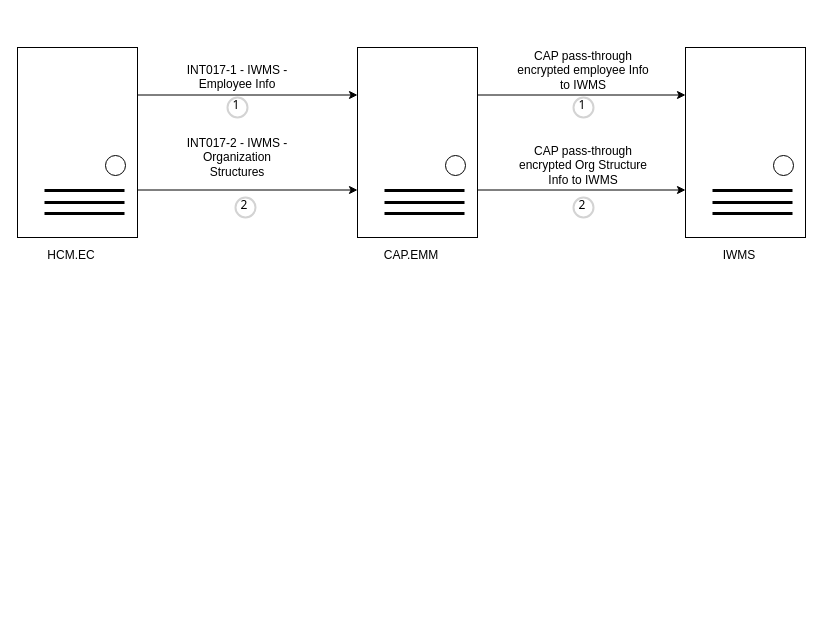
wsxad234/flowchart keeps this draw.io diagram as page "IWMS" (7 of 19) of Untitled Diagram.drawio. Above is the earlier version. Source tidied: cells renumbered, new cells numbered last; positions are measured from the earlier drawing's top-left corner, leaving out a move shared by most shapes. Both pictures are drawn from the tidied source at 100%, with x=0, y=0 at pixel (17, 17).
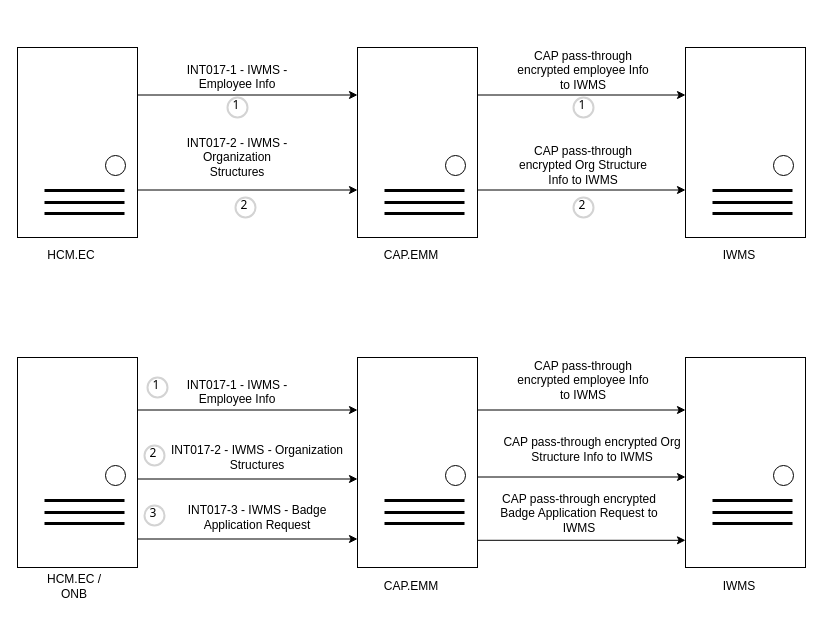
After the change.

Diff of the diagram source:
```diff
@@
+    <mxCell id="32" style="edgeStyle=orthogonalEdgeStyle;rounded=0;orthogonalLoop=1;jettySize=auto;html=1;exitX=1;exitY=0.75;exitDx=0;exitDy=0;entryX=0;entryY=0.75;entryDx=0;entryDy=0;" parent="1" edge="1">
+      <mxGeometry relative="1" as="geometry">
+        <mxPoint x="120" y="461.5" as="sourcePoint" />
+        <mxPoint x="340" y="461.5" as="targetPoint" />
+      </mxGeometry>
+    </mxCell>
+    <mxCell id="33" style="edgeStyle=orthogonalEdgeStyle;rounded=0;jettySize=auto;html=1;exitX=1;exitY=0.25;exitDx=0;exitDy=0;entryX=0;entryY=0.25;entryDx=0;entryDy=0;" parent="1" edge="1" source="34" target="50">
+      <mxGeometry relative="1" as="geometry" />
+    </mxCell>
+    <mxCell id="34" style="rounded=0;whiteSpace=wrap;html=1;" parent="1" vertex="1">
+      <mxGeometry y="340" width="120" height="210" as="geometry" />
+    </mxCell>
+    <mxCell id="35" style="ellipse;whiteSpace=wrap;html=1;direction=south;" parent="1" vertex="1">
+      <mxGeometry x="88" y="448" width="20" height="20" as="geometry" />
+    </mxCell>
+    <mxCell id="36" value="HCM.EC / ONB" style="text;html=1;strokeColor=none;fillColor=none;align=center;verticalAlign=middle;whiteSpace=wrap;rounded=0;" parent="1" vertex="1">
+      <mxGeometry x="24" y="554" width="66" height="30" as="geometry" />
+    </mxCell>
+    <mxCell id="37" style="endArrow=none;html=1;rounded=0;align=center;strokeWidth=3;" parent="1" edge="1">
+      <mxGeometry relative="1" as="geometry">
+        <mxPoint x="27" y="483" as="sourcePoint" />
+        <mxPoint x="107" y="483" as="targetPoint" />
+      </mxGeometry>
+    </mxCell>
+    <mxCell id="38" style="endArrow=none;html=1;rounded=0;align=center;strokeWidth=3;" parent="1" edge="1">
+      <mxGeometry relative="1" as="geometry">
+        <mxPoint x="27" y="495" as="sourcePoint" />
+        <mxPoint x="107" y="495" as="targetPoint" />
+      </mxGeometry>
+    </mxCell>
+    <mxCell id="39" style="endArrow=none;html=1;rounded=0;align=center;strokeWidth=3;" parent="1" edge="1">
+      <mxGeometry relative="1" as="geometry">
+        <mxPoint x="27" y="506" as="sourcePoint" />
+        <mxPoint x="107" y="506" as="targetPoint" />
+      </mxGeometry>
+    </mxCell>
+    <mxCell id="40" style="rounded=0;whiteSpace=wrap;html=1;" parent="1" vertex="1">
+      <mxGeometry x="668" y="340" width="120" height="210" as="geometry" />
+    </mxCell>
+    <mxCell id="41" style="ellipse;whiteSpace=wrap;html=1;direction=south;" parent="1" vertex="1">
+      <mxGeometry x="756" y="448" width="20" height="20" as="geometry" />
+    </mxCell>
+    <mxCell id="42" value="IWMS" style="text;html=1;strokeColor=none;fillColor=none;align=center;verticalAlign=middle;whiteSpace=wrap;rounded=0;" parent="1" vertex="1">
+      <mxGeometry x="692" y="554" width="60" height="30" as="geometry" />
+    </mxCell>
+    <mxCell id="43" style="endArrow=none;html=1;rounded=0;align=center;strokeWidth=3;" parent="1" edge="1">
+      <mxGeometry relative="1" as="geometry">
+        <mxPoint x="695" y="483" as="sourcePoint" />
+        <mxPoint x="775" y="483" as="targetPoint" />
+      </mxGeometry>
+    </mxCell>
+    <mxCell id="44" style="endArrow=none;html=1;rounded=0;align=center;strokeWidth=3;" parent="1" edge="1">
+      <mxGeometry relative="1" as="geometry">
+        <mxPoint x="695" y="495" as="sourcePoint" />
+        <mxPoint x="775" y="495" as="targetPoint" />
+      </mxGeometry>
+    </mxCell>
+    <mxCell id="45" style="endArrow=none;html=1;rounded=0;align=center;strokeWidth=3;" parent="1" edge="1">
+      <mxGeometry relative="1" as="geometry">
+        <mxPoint x="695" y="506" as="sourcePoint" />
+        <mxPoint x="775" y="506" as="targetPoint" />
+      </mxGeometry>
+    </mxCell>
+    <mxCell id="46" value="&lt;table style=&quot;border-collapse:&lt;br/&gt; collapse;width:305pt&quot; width=&quot;406&quot; cellspacing=&quot;0&quot; cellpadding=&quot;0&quot; border=&quot;0&quot;&gt;&lt;tbody&gt;&lt;tr style=&quot;height:14.4pt&quot; height=&quot;19&quot;&gt;&lt;td style=&quot;height:14.4pt;width:305pt&quot; width=&quot;406&quot; class=&quot;xl66&quot; height=&quot;19&quot;&gt;&lt;/td&gt;&lt;/tr&gt;&lt;/tbody&gt;&lt;/table&gt;INT017-1 - IWMS -&lt;br/&gt;Employee Info" style="text;html=1;strokeColor=none;fillColor=none;align=center;verticalAlign=middle;whiteSpace=wrap;rounded=0;" parent="1" vertex="1">
+      <mxGeometry x="100" y="350" width="240" height="30" as="geometry" />
+    </mxCell>
+    <mxCell id="47" value="1" style="ellipse;whiteSpace=wrap;html=1;strokeWidth=2;fontFamily=Tahoma;spacingBottom=4;spacingRight=2;strokeColor=#d3d3d3;" parent="1" vertex="1">
+      <mxGeometry x="130" y="360" width="20" height="20" as="geometry" />
+    </mxCell>
+    <mxCell id="48" style="edgeStyle=orthogonalEdgeStyle;rounded=0;orthogonalLoop=1;jettySize=auto;html=1;exitX=1;exitY=0.75;exitDx=0;exitDy=0;entryX=0;entryY=0.75;entryDx=0;entryDy=0;" parent="1" edge="1">
+      <mxGeometry relative="1" as="geometry">
+        <mxPoint x="460" y="459.5" as="sourcePoint" />
+        <mxPoint x="668" y="459.5" as="targetPoint" />
+      </mxGeometry>
+    </mxCell>
+    <mxCell id="49" style="edgeStyle=orthogonalEdgeStyle;rounded=0;jettySize=auto;html=1;exitX=1;exitY=0.25;exitDx=0;exitDy=0;entryX=0;entryY=0.25;entryDx=0;entryDy=0;" parent="1" edge="1" source="50" target="40">
+      <mxGeometry relative="1" as="geometry" />
+    </mxCell>
+    <mxCell id="50" style="rounded=0;whiteSpace=wrap;html=1;" parent="1" vertex="1">
+      <mxGeometry x="340" y="340" width="120" height="210" as="geometry" />
+    </mxCell>
+    <mxCell id="51" style="ellipse;whiteSpace=wrap;html=1;direction=south;" parent="1" vertex="1">
+      <mxGeometry x="428" y="448" width="20" height="20" as="geometry" />
+    </mxCell>
+    <mxCell id="52" value="CAP.EMM" style="text;html=1;strokeColor=none;fillColor=none;align=center;verticalAlign=middle;whiteSpace=wrap;rounded=0;" parent="1" vertex="1">
+      <mxGeometry x="364" y="554" width="60" height="30" as="geometry" />
+    </mxCell>
+    <mxCell id="53" style="endArrow=none;html=1;rounded=0;align=center;strokeWidth=3;" parent="1" edge="1">
+      <mxGeometry relative="1" as="geometry">
+        <mxPoint x="367" y="483" as="sourcePoint" />
+        <mxPoint x="447" y="483" as="targetPoint" />
+      </mxGeometry>
+    </mxCell>
+    <mxCell id="54" style="endArrow=none;html=1;rounded=0;align=center;strokeWidth=3;" parent="1" edge="1">
+      <mxGeometry relative="1" as="geometry">
+        <mxPoint x="367" y="495" as="sourcePoint" />
+        <mxPoint x="447" y="495" as="targetPoint" />
+      </mxGeometry>
+    </mxCell>
+    <mxCell id="55" style="endArrow=none;html=1;rounded=0;align=center;strokeWidth=3;" parent="1" edge="1">
+      <mxGeometry relative="1" as="geometry">
+        <mxPoint x="367" y="506" as="sourcePoint" />
+        <mxPoint x="447" y="506" as="targetPoint" />
+      </mxGeometry>
+    </mxCell>
+    <mxCell id="56" value="CAP pass-through encrypted employee Info to IWMS" style="text;html=1;strokeColor=none;fillColor=none;align=center;verticalAlign=middle;whiteSpace=wrap;rounded=0;" parent="1" vertex="1">
+      <mxGeometry x="494" y="315.5" width="144" height="94.5" as="geometry" />
+    </mxCell>
+    <mxCell id="57" value="2" style="ellipse;whiteSpace=wrap;html=1;strokeWidth=2;fontFamily=Tahoma;spacingBottom=4;spacingRight=2;strokeColor=#d3d3d3;" parent="1" vertex="1">
+      <mxGeometry x="127" y="428" width="20" height="20" as="geometry" />
+    </mxCell>
+    <mxCell id="58" value="INT017-2 - IWMS - Organization&lt;br/&gt;Structures" style="text;html=1;strokeColor=none;fillColor=none;align=center;verticalAlign=middle;whiteSpace=wrap;rounded=0;" parent="1" vertex="1">
+      <mxGeometry x="150" y="420" width="180" height="40" as="geometry" />
+    </mxCell>
+    <mxCell id="59" value="CAP pass-through encrypted Org Structure Info to IWMS" style="text;html=1;strokeColor=none;fillColor=none;align=center;verticalAlign=middle;whiteSpace=wrap;rounded=0;" parent="1" vertex="1">
+      <mxGeometry x="470" y="404.8" width="210" height="55.2" as="geometry" />
+    </mxCell>
+    <mxCell id="60" style="edgeStyle=orthogonalEdgeStyle;rounded=0;orthogonalLoop=1;jettySize=auto;html=1;exitX=1;exitY=0.75;exitDx=0;exitDy=0;entryX=0;entryY=0.75;entryDx=0;entryDy=0;" parent="1" edge="1">
+      <mxGeometry relative="1" as="geometry">
+        <mxPoint x="120" y="521.5" as="sourcePoint" />
+        <mxPoint x="340" y="521.5" as="targetPoint" />
+      </mxGeometry>
+    </mxCell>
+    <mxCell id="61" value="3" style="ellipse;whiteSpace=wrap;html=1;strokeWidth=2;fontFamily=Tahoma;spacingBottom=4;spacingRight=2;strokeColor=#d3d3d3;" parent="1" vertex="1">
+      <mxGeometry x="127" y="488" width="20" height="20" as="geometry" />
+    </mxCell>
+    <mxCell id="62" value="INT017-3 - IWMS -&amp;nbsp;Badge Application Request" style="text;html=1;strokeColor=none;fillColor=none;align=center;verticalAlign=middle;whiteSpace=wrap;rounded=0;" parent="1" vertex="1">
+      <mxGeometry x="150" y="480" width="180" height="40" as="geometry" />
+    </mxCell>
+    <mxCell id="63" style="edgeStyle=orthogonalEdgeStyle;rounded=0;orthogonalLoop=1;jettySize=auto;html=1;exitX=1;exitY=0.75;exitDx=0;exitDy=0;entryX=0;entryY=0.75;entryDx=0;entryDy=0;" parent="1" edge="1">
+      <mxGeometry relative="1" as="geometry">
+        <mxPoint x="460" y="522.8" as="sourcePoint" />
+        <mxPoint x="668" y="522.8" as="targetPoint" />
+      </mxGeometry>
+    </mxCell>
+    <mxCell id="64" value="CAP pass-through encrypted Badge Application Request&amp;nbsp;to IWMS" style="text;html=1;strokeColor=none;fillColor=none;align=center;verticalAlign=middle;whiteSpace=wrap;rounded=0;" parent="1" vertex="1">
+      <mxGeometry x="469" y="468" width="186" height="55.2" as="geometry" />
+    </mxCell>
```
